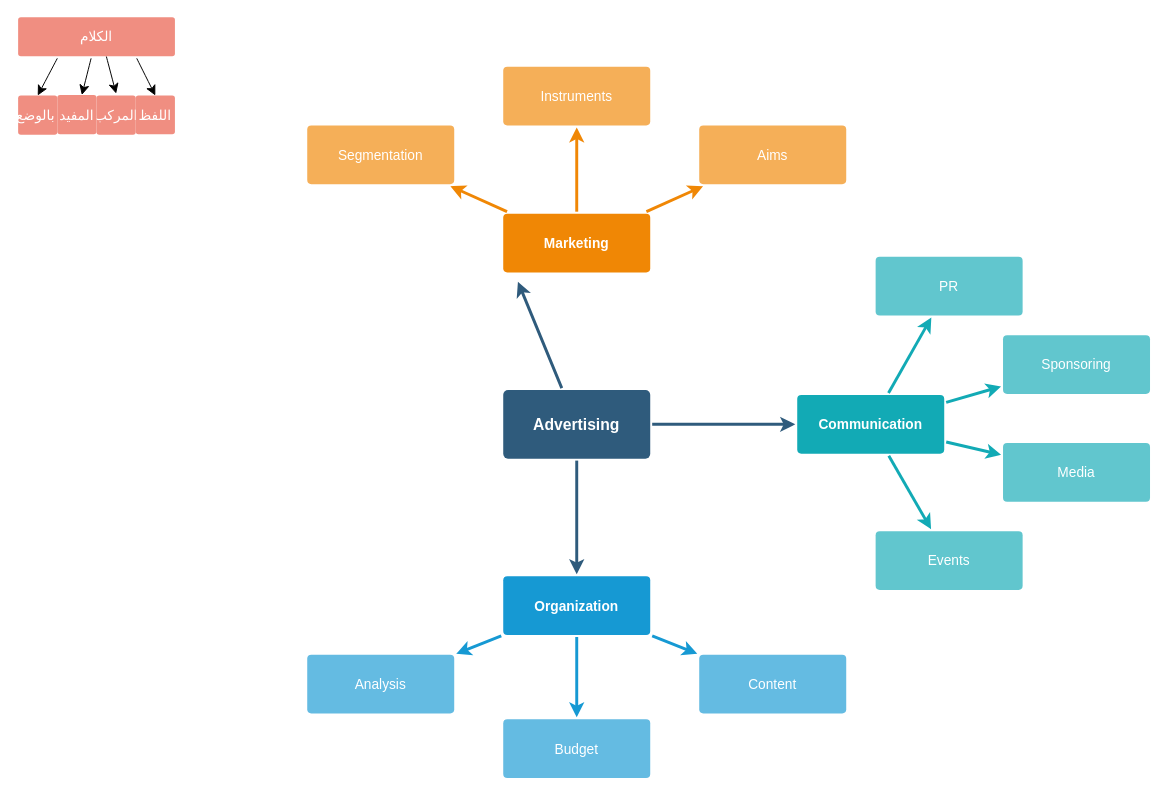
Earlier version of the draw.io diagram Untitled Diagram.drawio (sanabel-al-firdaws/draw.io-diagrams). Source tidied: cells renumbered, new cells numbered last; positions are measured from the earlier drawing's top-left corner, leaving out a move shared by most shapes. Both pictures are drawn from the tidied source at 98%, with x=0, y=0 at pixel (18, 17).
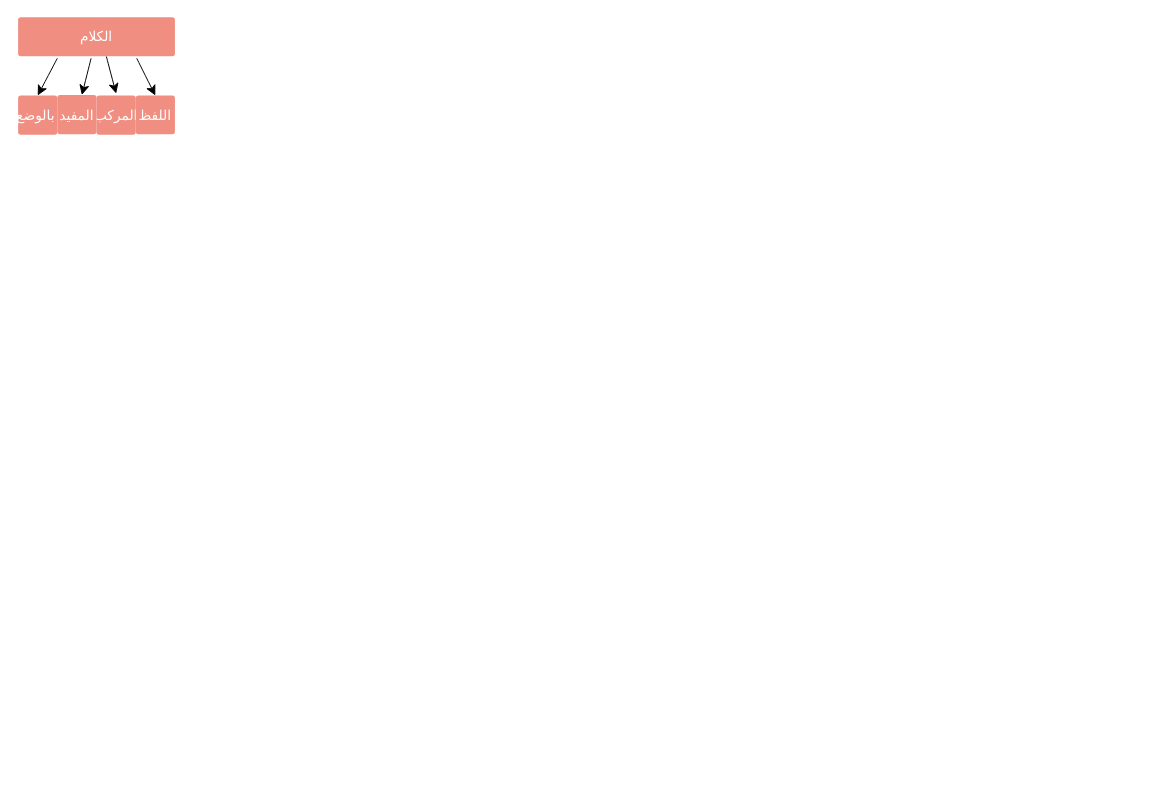
Above is the later version.

The edit, as a diff of the source:
```diff
@@
-    <mxCell id="2" style="edgeStyle=none;rounded=0;jumpStyle=none;html=1;shadow=0;labelBackgroundColor=none;startArrow=none;startFill=0;endArrow=classic;endFill=1;jettySize=auto;strokeColor=#2F5B7C;strokeWidth=3;fontFamily=Helvetica;fontSize=16;fontColor=#23445D;spacing=5;" parent="1" edge="1" source="5">
-      <mxGeometry relative="1" as="geometry">
-        <mxPoint x="510" y="270" as="targetPoint" />
-      </mxGeometry>
-    </mxCell>
-    <mxCell id="3" style="edgeStyle=none;rounded=0;jumpStyle=none;html=1;shadow=0;labelBackgroundColor=none;startArrow=none;startFill=0;endArrow=classic;endFill=1;jettySize=auto;strokeColor=#2F5B7C;strokeWidth=3;fontFamily=Helvetica;fontSize=16;fontColor=#23445D;spacing=5;" parent="1" edge="1" source="5" target="24">
-      <mxGeometry relative="1" as="geometry" />
-    </mxCell>
-    <mxCell id="4" style="edgeStyle=none;rounded=0;jumpStyle=none;html=1;shadow=0;labelBackgroundColor=none;startArrow=none;startFill=0;endArrow=classic;endFill=1;jettySize=auto;strokeColor=#2F5B7C;strokeWidth=3;fontFamily=Helvetica;fontSize=16;fontColor=#23445D;spacing=5;" parent="1" edge="1" source="5" target="13">
-      <mxGeometry relative="1" as="geometry" />
-    </mxCell>
-    <mxCell id="5" value="Advertising" style="rounded=1;whiteSpace=wrap;html=1;shadow=0;labelBackgroundColor=none;strokeColor=none;strokeWidth=3;fillColor=#2F5B7C;fontFamily=Helvetica;fontSize=16;fontColor=#FFFFFF;align=center;fontStyle=1;spacing=5;arcSize=7;perimeterSpacing=2;" parent="1" vertex="1">
-      <mxGeometry x="495" y="380.5" width="150" height="70" as="geometry" />
-    </mxCell>
@@
-    <mxCell id="10" style="edgeStyle=none;rounded=0;jumpStyle=none;html=1;shadow=0;labelBackgroundColor=none;startArrow=none;startFill=0;endArrow=classic;endFill=1;jettySize=auto;strokeColor=#1699D3;strokeWidth=3;fontFamily=Helvetica;fontSize=14;fontColor=#FFFFFF;spacing=5;" parent="1" edge="1" source="13" target="16">
-      <mxGeometry relative="1" as="geometry" />
-    </mxCell>
-    <mxCell id="11" style="edgeStyle=none;rounded=0;jumpStyle=none;html=1;shadow=0;labelBackgroundColor=none;startArrow=none;startFill=0;endArrow=classic;endFill=1;jettySize=auto;strokeColor=#1699D3;strokeWidth=3;fontFamily=Helvetica;fontSize=14;fontColor=#FFFFFF;spacing=5;" parent="1" edge="1" source="13" target="15">
-      <mxGeometry relative="1" as="geometry" />
-    </mxCell>
-    <mxCell id="12" style="edgeStyle=none;rounded=0;jumpStyle=none;html=1;shadow=0;labelBackgroundColor=none;startArrow=none;startFill=0;endArrow=classic;endFill=1;jettySize=auto;strokeColor=#1699D3;strokeWidth=3;fontFamily=Helvetica;fontSize=14;fontColor=#FFFFFF;spacing=5;" parent="1" edge="1" source="13" target="14">
-      <mxGeometry relative="1" as="geometry" />
-    </mxCell>
-    <mxCell id="13" value="Organization" style="rounded=1;whiteSpace=wrap;html=1;shadow=0;labelBackgroundColor=none;strokeColor=none;strokeWidth=3;fillColor=#1699d3;fontFamily=Helvetica;fontSize=14;fontColor=#FFFFFF;align=center;spacing=5;fontStyle=1;arcSize=7;perimeterSpacing=2;" parent="1" vertex="1">
-      <mxGeometry x="495" y="570.5" width="150" height="60" as="geometry" />
-    </mxCell>
-    <mxCell id="14" value="Content" style="rounded=1;whiteSpace=wrap;html=1;shadow=0;labelBackgroundColor=none;strokeColor=none;strokeWidth=3;fillColor=#64bbe2;fontFamily=Helvetica;fontSize=14;fontColor=#FFFFFF;align=center;spacing=5;arcSize=7;perimeterSpacing=2;" parent="1" vertex="1">
-      <mxGeometry x="695" y="650.5" width="150" height="60" as="geometry" />
-    </mxCell>
-    <mxCell id="15" value="Budget" style="rounded=1;whiteSpace=wrap;html=1;shadow=0;labelBackgroundColor=none;strokeColor=none;strokeWidth=3;fillColor=#64bbe2;fontFamily=Helvetica;fontSize=14;fontColor=#FFFFFF;align=center;spacing=5;arcSize=7;perimeterSpacing=2;" parent="1" vertex="1">
-      <mxGeometry x="495" y="716.5" width="150" height="60" as="geometry" />
-    </mxCell>
-    <mxCell id="16" value="Analysis" style="rounded=1;whiteSpace=wrap;html=1;shadow=0;labelBackgroundColor=none;strokeColor=none;strokeWidth=3;fillColor=#64bbe2;fontFamily=Helvetica;fontSize=14;fontColor=#FFFFFF;align=center;spacing=5;arcSize=7;perimeterSpacing=2;" parent="1" vertex="1">
-      <mxGeometry x="295" y="650.5" width="150" height="60" as="geometry" />
-    </mxCell>
-    <mxCell id="17" value="Marketing" style="rounded=1;whiteSpace=wrap;html=1;shadow=0;labelBackgroundColor=none;strokeColor=none;strokeWidth=3;fillColor=#F08705;fontFamily=Helvetica;fontSize=14;fontColor=#FFFFFF;align=center;spacing=5;fontStyle=1;arcSize=7;perimeterSpacing=2;" parent="1" vertex="1">
-      <mxGeometry x="495" y="200.5" width="150" height="60" as="geometry" />
-    </mxCell>
-    <mxCell id="18" value="Aims&lt;br&gt;" style="rounded=1;whiteSpace=wrap;html=1;shadow=0;labelBackgroundColor=none;strokeColor=none;strokeWidth=3;fillColor=#f5af58;fontFamily=Helvetica;fontSize=14;fontColor=#FFFFFF;align=center;spacing=5;arcSize=7;perimeterSpacing=2;" parent="1" vertex="1">
-      <mxGeometry x="695" y="110.5" width="150" height="60" as="geometry" />
-    </mxCell>
-    <mxCell id="19" style="edgeStyle=none;rounded=0;jumpStyle=none;html=1;shadow=0;labelBackgroundColor=none;startArrow=none;startFill=0;endArrow=classic;endFill=1;jettySize=auto;strokeColor=#F08705;strokeWidth=3;fontFamily=Helvetica;fontSize=14;fontColor=#FFFFFF;spacing=5;" parent="1" edge="1" source="17" target="18">
-      <mxGeometry relative="1" as="geometry" />
-    </mxCell>
-    <mxCell id="20" value="Instruments" style="rounded=1;whiteSpace=wrap;html=1;shadow=0;labelBackgroundColor=none;strokeColor=none;strokeWidth=3;fillColor=#f5af58;fontFamily=Helvetica;fontSize=14;fontColor=#FFFFFF;align=center;spacing=5;arcSize=7;perimeterSpacing=2;" parent="1" vertex="1">
-      <mxGeometry x="495" y="50.5" width="150" height="60" as="geometry" />
-    </mxCell>
-    <mxCell id="21" style="edgeStyle=none;rounded=0;jumpStyle=none;html=1;shadow=0;labelBackgroundColor=none;startArrow=none;startFill=0;endArrow=classic;endFill=1;jettySize=auto;strokeColor=#F08705;strokeWidth=3;fontFamily=Helvetica;fontSize=14;fontColor=#FFFFFF;spacing=5;" parent="1" edge="1" source="17" target="20">
-      <mxGeometry relative="1" as="geometry" />
-    </mxCell>
-    <mxCell id="22" value="Segmentation" style="rounded=1;whiteSpace=wrap;html=1;shadow=0;labelBackgroundColor=none;strokeColor=none;strokeWidth=3;fillColor=#f5af58;fontFamily=Helvetica;fontSize=14;fontColor=#FFFFFF;align=center;spacing=5;arcSize=7;perimeterSpacing=2;" parent="1" vertex="1">
-      <mxGeometry x="295" y="110.5" width="150" height="60" as="geometry" />
-    </mxCell>
-    <mxCell id="23" style="edgeStyle=none;rounded=0;jumpStyle=none;html=1;shadow=0;labelBackgroundColor=none;startArrow=none;startFill=0;endArrow=classic;endFill=1;jettySize=auto;strokeColor=#F08705;strokeWidth=3;fontFamily=Helvetica;fontSize=14;fontColor=#FFFFFF;spacing=5;" parent="1" edge="1" source="17" target="22">
-      <mxGeometry relative="1" as="geometry" />
-    </mxCell>
-    <mxCell id="24" value="Communication" style="rounded=1;whiteSpace=wrap;html=1;shadow=0;labelBackgroundColor=none;strokeColor=none;strokeWidth=3;fillColor=#12aab5;fontFamily=Helvetica;fontSize=14;fontColor=#FFFFFF;align=center;spacing=5;fontStyle=1;arcSize=7;perimeterSpacing=2;" parent="1" vertex="1">
-      <mxGeometry x="795" y="385.5" width="150" height="60" as="geometry" />
-    </mxCell>
-    <mxCell id="25" value="Events" style="rounded=1;whiteSpace=wrap;html=1;shadow=0;labelBackgroundColor=none;strokeColor=none;strokeWidth=3;fillColor=#61c6ce;fontFamily=Helvetica;fontSize=14;fontColor=#FFFFFF;align=center;spacing=5;fontStyle=0;arcSize=7;perimeterSpacing=2;" parent="1" vertex="1">
-      <mxGeometry x="875" y="524.5" width="150" height="60" as="geometry" />
-    </mxCell>
-    <mxCell id="26" style="edgeStyle=none;rounded=1;jumpStyle=none;html=1;shadow=0;labelBackgroundColor=none;startArrow=none;startFill=0;jettySize=auto;strokeColor=#12AAB5;strokeWidth=3;fontFamily=Helvetica;fontSize=14;fontColor=#FFFFFF;spacing=5;fontStyle=1;fillColor=#b0e3e6;" parent="1" edge="1" source="24" target="25">
-      <mxGeometry relative="1" as="geometry" />
+    <mxCell id="26" style="edgeStyle=none;rounded=1;jumpStyle=none;html=1;shadow=0;labelBackgroundColor=none;startArrow=none;startFill=0;jettySize=auto;orthogonalLoop=1;strokeColor=#12AAB5;strokeWidth=3;fontFamily=Helvetica;fontSize=14;fontColor=#FFFFFF;spacing=5;fontStyle=1;fillColor=#b0e3e6;" parent="1" edge="1">
+      <mxGeometry relative="1" as="geometry">
+        <mxPoint x="-68.4" y="512.5" as="targetPoint" />
+      </mxGeometry>
     </mxCell>
-    <mxCell id="27" value="Media" style="rounded=1;whiteSpace=wrap;html=1;shadow=0;labelBackgroundColor=none;strokeColor=none;strokeWidth=3;fillColor=#61c6ce;fontFamily=Helvetica;fontSize=14;fontColor=#FFFFFF;align=center;spacing=5;fontStyle=0;arcSize=7;perimeterSpacing=2;" parent="1" vertex="1">
-      <mxGeometry x="1005" y="434.5" width="150" height="60" as="geometry" />
-    </mxCell>
-    <mxCell id="28" style="edgeStyle=none;rounded=1;jumpStyle=none;html=1;shadow=0;labelBackgroundColor=none;startArrow=none;startFill=0;jettySize=auto;strokeColor=#12AAB5;strokeWidth=3;fontFamily=Helvetica;fontSize=14;fontColor=#FFFFFF;spacing=5;fontStyle=1;fillColor=#b0e3e6;" parent="1" edge="1" source="24" target="27">
-      <mxGeometry relative="1" as="geometry" />
+    <mxCell id="28" style="edgeStyle=none;rounded=1;jumpStyle=none;html=1;shadow=0;labelBackgroundColor=none;startArrow=none;startFill=0;jettySize=auto;orthogonalLoop=1;strokeColor=#12AAB5;strokeWidth=3;fontFamily=Helvetica;fontSize=14;fontColor=#FFFFFF;spacing=5;fontStyle=1;fillColor=#b0e3e6;" parent="1" edge="1">
+      <mxGeometry relative="1" as="geometry">
+        <mxPoint x="3" y="436.5" as="targetPoint" />
+      </mxGeometry>
     </mxCell>
-    <mxCell id="29" value="Sponsoring" style="rounded=1;whiteSpace=wrap;html=1;shadow=0;labelBackgroundColor=none;strokeColor=none;strokeWidth=3;fillColor=#61c6ce;fontFamily=Helvetica;fontSize=14;fontColor=#FFFFFF;align=center;spacing=5;fontStyle=0;arcSize=7;perimeterSpacing=2;" parent="1" vertex="1">
-      <mxGeometry x="1005" y="324.5" width="150" height="60" as="geometry" />
-    </mxCell>
-    <mxCell id="30" style="edgeStyle=none;rounded=1;jumpStyle=none;html=1;shadow=0;labelBackgroundColor=none;startArrow=none;startFill=0;jettySize=auto;strokeColor=#12AAB5;strokeWidth=3;fontFamily=Helvetica;fontSize=14;fontColor=#FFFFFF;spacing=5;fontStyle=1;fillColor=#b0e3e6;" parent="1" edge="1" source="24" target="29">
-      <mxGeometry relative="1" as="geometry" />
+    <mxCell id="30" style="edgeStyle=none;rounded=1;jumpStyle=none;html=1;shadow=0;labelBackgroundColor=none;startArrow=none;startFill=0;jettySize=auto;orthogonalLoop=1;strokeColor=#12AAB5;strokeWidth=3;fontFamily=Helvetica;fontSize=14;fontColor=#FFFFFF;spacing=5;fontStyle=1;fillColor=#b0e3e6;" parent="1" edge="1">
+      <mxGeometry relative="1" as="geometry">
+        <mxPoint x="3" y="366.9" as="targetPoint" />
+      </mxGeometry>
     </mxCell>
-    <mxCell id="31" value="PR" style="rounded=1;whiteSpace=wrap;html=1;shadow=0;labelBackgroundColor=none;strokeColor=none;strokeWidth=3;fillColor=#61c6ce;fontFamily=Helvetica;fontSize=14;fontColor=#FFFFFF;align=center;spacing=5;fontStyle=0;arcSize=7;perimeterSpacing=2;" parent="1" vertex="1">
-      <mxGeometry x="875" y="244.5" width="150" height="60" as="geometry" />
-    </mxCell>
-    <mxCell id="32" style="edgeStyle=none;rounded=1;jumpStyle=none;html=1;shadow=0;labelBackgroundColor=none;startArrow=none;startFill=0;jettySize=auto;strokeColor=#12AAB5;strokeWidth=3;fontFamily=Helvetica;fontSize=14;fontColor=#FFFFFF;spacing=5;fontStyle=1;fillColor=#b0e3e6;" parent="1" edge="1" source="24" target="31">
-      <mxGeometry relative="1" as="geometry" />
+    <mxCell id="32" style="edgeStyle=none;rounded=1;jumpStyle=none;html=1;shadow=0;labelBackgroundColor=none;startArrow=none;startFill=0;jettySize=auto;orthogonalLoop=1;strokeColor=#12AAB5;strokeWidth=3;fontFamily=Helvetica;fontSize=14;fontColor=#FFFFFF;spacing=5;fontStyle=1;fillColor=#b0e3e6;" parent="1" edge="1">
+      <mxGeometry relative="1" as="geometry">
+        <mxPoint x="-68.2" y="296.5" as="targetPoint" />
+      </mxGeometry>
     </mxCell>
```
